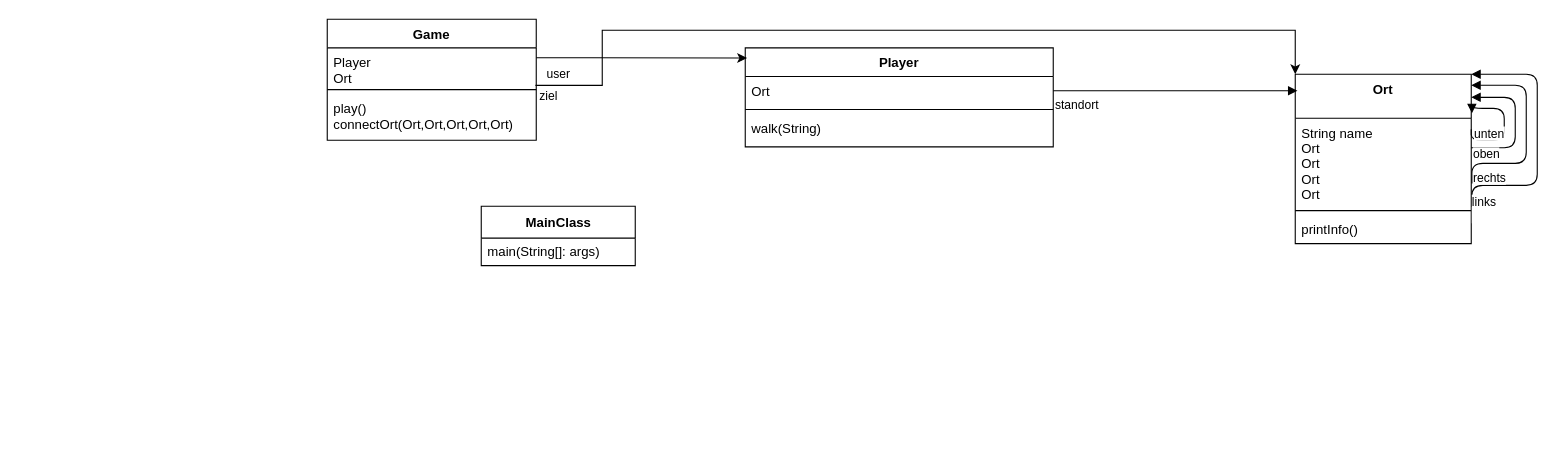
EuroBlue/adventure keeps this draw.io diagram as class_diagram.drawio. Above is the earlier version. Source tidied: cells renumbered, new cells numbered last; positions are measured from the earlier drawing's top-left corner, leaving out a move shared by most shapes. Both pictures are drawn from the tidied source at 110%, with x=0, y=0 at pixel (327, 19).
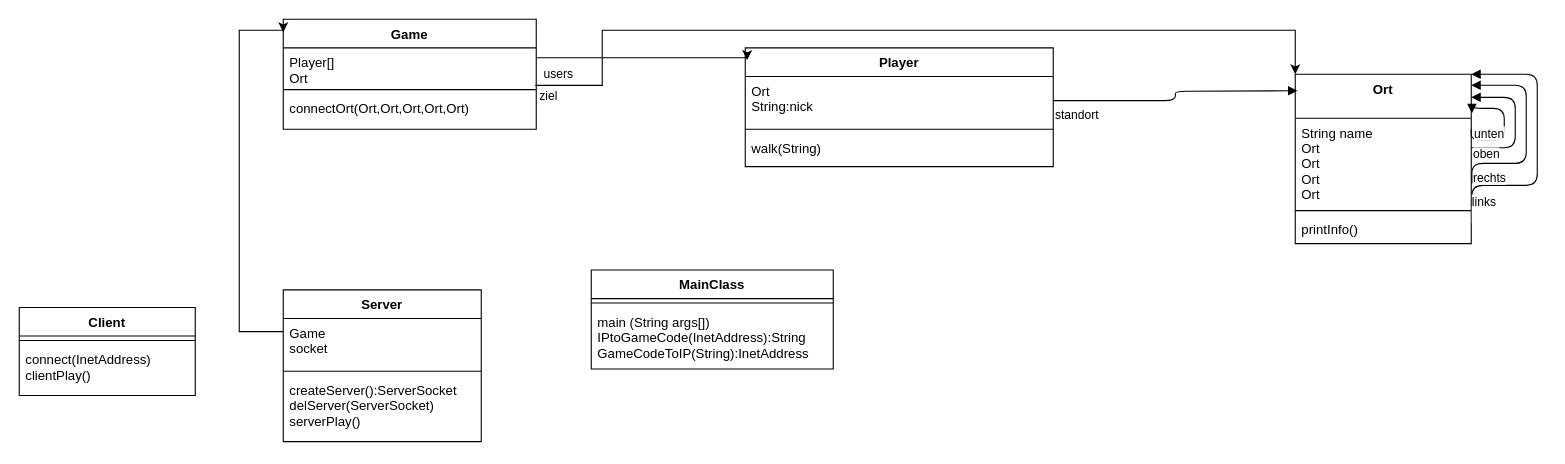
The same diagram, later.

What changed in the source:
```diff
@@
     <mxCell id="2" value="Player" style="swimlane;fontStyle=1;align=center;verticalAlign=top;horizontal=1;startSize=26;" parent="1" vertex="1">
-      <mxGeometry x="380" y="26" width="280" height="90" as="geometry" />
+      <mxGeometry x="380" y="26" width="280" height="108" as="geometry" />
     </mxCell>
-    <mxCell id="3" value="Ort" style="text;strokeColor=none;fillColor=none;align=left;verticalAlign=top;spacingLeft=4;spacingRight=4;overflow=hidden;points=[[0,0.5],[1,0.5]];portConstraint=eastwest;" parent="2" vertex="1">
-      <mxGeometry y="26" width="280" height="26" as="geometry" />
+    <mxCell id="3" value="Ort&#10;String:nick&#10;" style="text;strokeColor=none;fillColor=none;align=left;verticalAlign=top;spacingLeft=4;spacingRight=4;overflow=hidden;points=[[0,0.5],[1,0.5]];portConstraint=eastwest;" parent="2" vertex="1">
+      <mxGeometry y="26" width="280" height="44" as="geometry" />
     </mxCell>
     <mxCell id="4" style="line;strokeWidth=1;fillColor=none;align=left;verticalAlign=middle;spacingTop=-1;spacingLeft=3;spacingRight=3;labelPosition=right;" parent="2" vertex="1">
-      <mxGeometry y="52" width="280" height="8" as="geometry" />
+      <mxGeometry y="70" width="280" height="8" as="geometry" />
     </mxCell>
     <mxCell id="5" value="walk(String)" style="text;strokeColor=none;fillColor=none;align=left;verticalAlign=top;spacingLeft=4;spacingRight=4;overflow=hidden;" parent="2" vertex="1">
-      <mxGeometry y="60" width="280" height="30" as="geometry" />
+      <mxGeometry y="78" width="280" height="30" as="geometry" />
     </mxCell>
@@
-    <mxCell id="15" value="MainClass" style="swimlane;fontStyle=1;align=center;verticalAlign=middle;horizontal=1;startSize=29;html=1;fontFamily=Helvetica;strokeColor=#000000;" parent="1" vertex="1">
-      <mxGeometry x="140" y="170" width="140" height="54" as="geometry" />
-    </mxCell>
-    <mxCell id="16" value="main(String[]: args)" style="text;html=1;strokeColor=none;fillColor=none;align=left;verticalAlign=middle;spacingLeft=4;spacingRight=4;overflow=hidden;" parent="15" vertex="1">
-      <mxGeometry y="29" width="140" height="25" as="geometry" />
-    </mxCell>
     <mxCell id="17" value="Game" style="swimlane;fontStyle=1;align=center;verticalAlign=top;horizontal=1;startSize=26;" parent="1" vertex="1">
-      <mxGeometry width="190" height="110" as="geometry" />
+      <mxGeometry x="-40" width="230" height="100" as="geometry" />
     </mxCell>
-    <mxCell id="18" value="Player&#10;Ort" style="text;strokeColor=none;fillColor=none;align=left;verticalAlign=top;spacingLeft=4;spacingRight=4;overflow=hidden;points=[[0,0.5],[1,0.5]];portConstraint=eastwest;" parent="17" vertex="1">
-      <mxGeometry y="26" width="190" height="34" as="geometry" />
+    <mxCell id="18" value="Player[]&#10;Ort" style="text;strokeColor=none;fillColor=none;align=left;verticalAlign=top;spacingLeft=4;spacingRight=4;overflow=hidden;points=[[0,0.5],[1,0.5]];portConstraint=eastwest;" parent="17" vertex="1">
+      <mxGeometry y="26" width="230" height="34" as="geometry" />
     </mxCell>
     <mxCell id="19" style="line;strokeWidth=1;fillColor=none;align=left;verticalAlign=middle;spacingTop=-1;spacingLeft=3;spacingRight=3;labelPosition=right;" parent="17" vertex="1">
-      <mxGeometry y="60" width="190" height="8" as="geometry" />
+      <mxGeometry y="60" width="230" height="8" as="geometry" />
     </mxCell>
-    <mxCell id="20" value="play()&#10;connectOrt(Ort,Ort,Ort,Ort,Ort)" style="text;strokeColor=none;fillColor=none;align=left;verticalAlign=top;spacingLeft=4;spacingRight=4;overflow=hidden;" parent="17" vertex="1">
-      <mxGeometry y="68" width="190" height="42" as="geometry" />
+    <mxCell id="20" value="connectOrt(Ort,Ort,Ort,Ort,Ort)" style="text;strokeColor=none;fillColor=none;align=left;verticalAlign=top;spacingLeft=4;spacingRight=4;overflow=hidden;" parent="17" vertex="1">
+      <mxGeometry y="68" width="230" height="32" as="geometry" />
     </mxCell>
-    <mxCell id="21" value="user" style="edgeStyle=orthogonalEdgeStyle;rounded=0;jettySize=auto;html=1;entryX=0.006;entryY=0.103;entryDx=0;entryDy=0;entryPerimeter=0;" parent="1" edge="1" source="18" target="2">
+    <mxCell id="21" value="&lt;div&gt;users&lt;/div&gt;" style="edgeStyle=orthogonalEdgeStyle;rounded=0;jettySize=auto;html=1;entryX=0.006;entryY=0.103;entryDx=0;entryDy=0;entryPerimeter=0;" parent="1" edge="1" source="18" target="2">
       <mxGeometry x="-0.79" y="-15" relative="1" as="geometry">
         <Array as="points">
           <mxPoint x="240" y="35" />
           <mxPoint x="240" y="35" />
         </Array>
       </mxGeometry>
     </mxCell>
@@
+    <mxCell id="15" value="MainClass" style="swimlane;fontStyle=1;align=center;verticalAlign=top;horizontal=1;startSize=26;" parent="1" vertex="1">
+      <mxGeometry x="240" y="228" width="220" height="90" as="geometry" />
+    </mxCell>
+    <mxCell id="23" style="line;strokeWidth=1;fillColor=none;align=left;verticalAlign=middle;spacingTop=-1;spacingLeft=3;spacingRight=3;labelPosition=right;" parent="15" vertex="1">
+      <mxGeometry y="26" width="220" height="8" as="geometry" />
+    </mxCell>
+    <mxCell id="24" value="main (String args[])&#10;IPtoGameCode(InetAddress):String&#10;GameCodeToIP(String):InetAddress" style="text;strokeColor=none;fillColor=none;align=left;verticalAlign=top;spacingLeft=4;spacingRight=4;overflow=hidden;" parent="15" vertex="1">
+      <mxGeometry y="34" width="220" height="56" as="geometry" />
+    </mxCell>
+    <mxCell id="25" value="Server" style="swimlane;fontStyle=1;align=center;verticalAlign=top;horizontal=1;startSize=26;" parent="1" vertex="1">
+      <mxGeometry x="-40" y="246" width="180" height="138" as="geometry" />
+    </mxCell>
+    <mxCell id="26" value="Game&#10;socket&#10;" style="text;strokeColor=none;fillColor=none;align=left;verticalAlign=top;spacingLeft=4;spacingRight=4;overflow=hidden;points=[[0,0.5],[1,0.5]];portConstraint=eastwest;" parent="25" vertex="1">
+      <mxGeometry y="26" width="180" height="44" as="geometry" />
+    </mxCell>
+    <mxCell id="27" style="line;strokeWidth=1;fillColor=none;align=left;verticalAlign=middle;spacingTop=-1;spacingLeft=3;spacingRight=3;labelPosition=right;" parent="25" vertex="1">
+      <mxGeometry y="70" width="180" height="8" as="geometry" />
+    </mxCell>
+    <mxCell id="28" value="createServer():ServerSocket&#10;delServer(ServerSocket)&#10;serverPlay()&#10;" style="text;strokeColor=none;fillColor=none;align=left;verticalAlign=top;spacingLeft=4;spacingRight=4;overflow=hidden;" parent="25" vertex="1">
+      <mxGeometry y="78" width="180" height="60" as="geometry" />
+    </mxCell>
+    <mxCell id="29" style="edgeStyle=orthogonalEdgeStyle;rounded=0;jettySize=auto;html=1;entryX=0;entryY=0.118;entryDx=0;entryDy=0;entryPerimeter=0;" parent="1" edge="1" source="26" target="17">
+      <mxGeometry relative="1" as="geometry">
+        <Array as="points">
+          <mxPoint x="-80" y="284" />
+          <mxPoint x="-80" y="10" />
+          <mxPoint x="-40" y="10" />
+        </Array>
+      </mxGeometry>
+    </mxCell>
+    <mxCell id="30" value="Client" style="swimlane;fontStyle=1;align=center;verticalAlign=top;horizontal=1;startSize=26;" parent="1" vertex="1">
+      <mxGeometry x="-280" y="262" width="160" height="80" as="geometry" />
+    </mxCell>
+    <mxCell id="31" style="line;strokeWidth=1;fillColor=none;align=left;verticalAlign=middle;spacingTop=-1;spacingLeft=3;spacingRight=3;labelPosition=right;" parent="30" vertex="1">
+      <mxGeometry y="26" width="160" height="8" as="geometry" />
+    </mxCell>
+    <mxCell id="32" value="connect(InetAddress)&#10;clientPlay()&#10;" style="text;strokeColor=none;fillColor=none;align=left;verticalAlign=top;spacingLeft=4;spacingRight=4;overflow=hidden;" parent="30" vertex="1">
+      <mxGeometry y="34" width="160" height="46" as="geometry" />
+    </mxCell>
```
